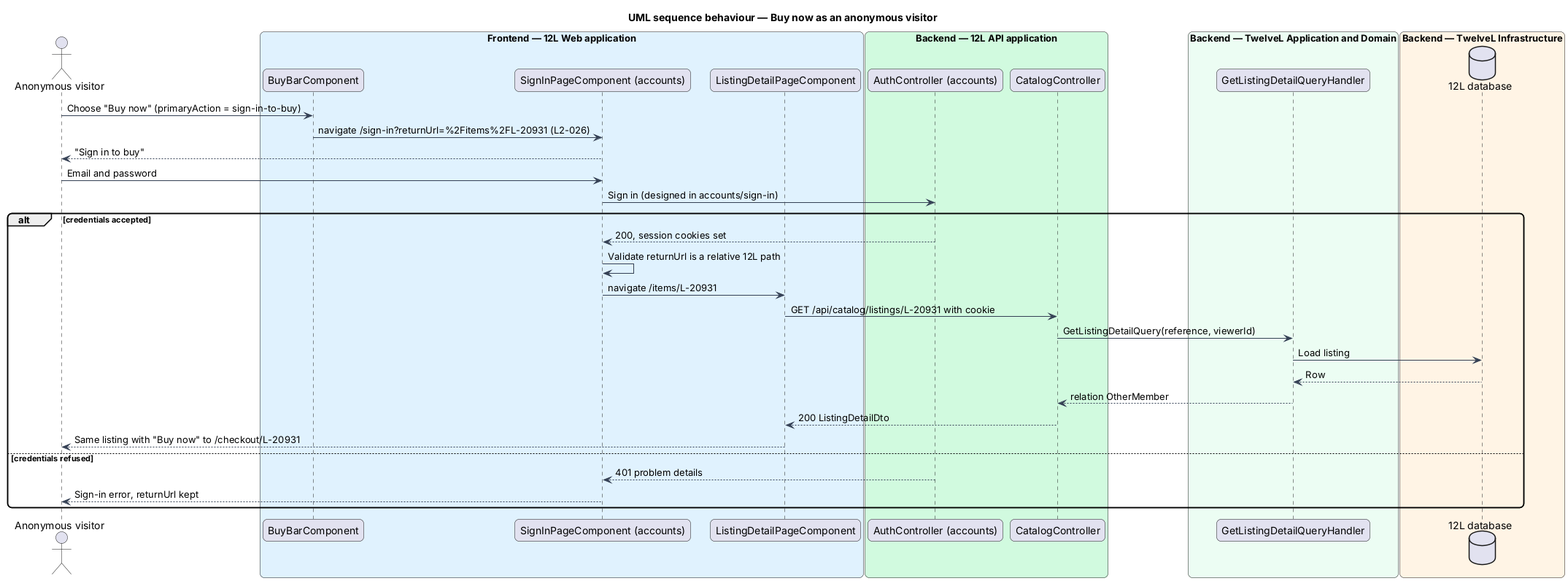
The PlantUML diagram docs/detailed-designs/catalog/view-listing-detail/diagrams/sequence-guest-buy-now.png in QuinntyneBrown/12l, before a commit.
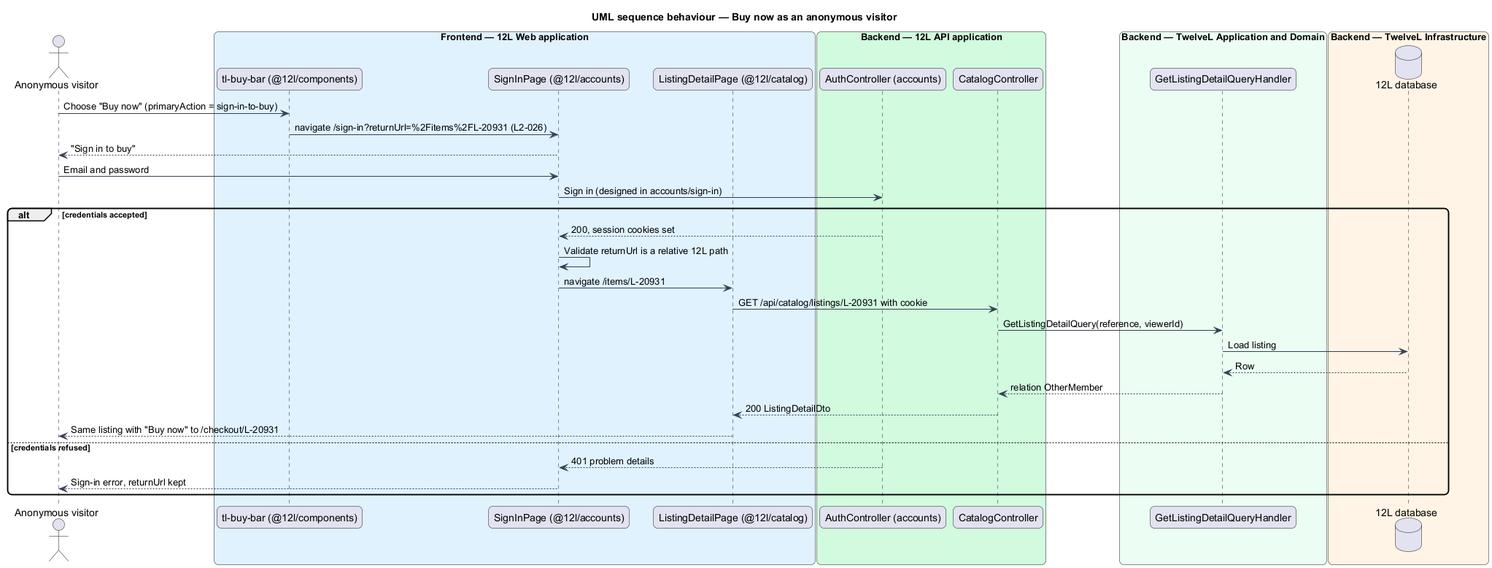
Above is the later version.

What changed in the source:
```diff
@@ -7,9 +7,9 @@
 skinparam ArrowColor #344054
 actor "Anonymous visitor" as actor
 box "Frontend — 12L Web application" #E0F2FE
-  participant "BuyBarComponent" as bar
-  participant "SignInPageComponent (accounts)" as signin
-  participant "ListingDetailPageComponent" as page
+  participant "tl-buy-bar (@12l/components)" as bar
+  participant "SignInPage (@12l/accounts)" as signin
+  participant "ListingDetailPage (@12l/catalog)" as page
 end box
 box "Backend — 12L API application" #D1FADF
   participant "AuthController (accounts)" as auth
```
